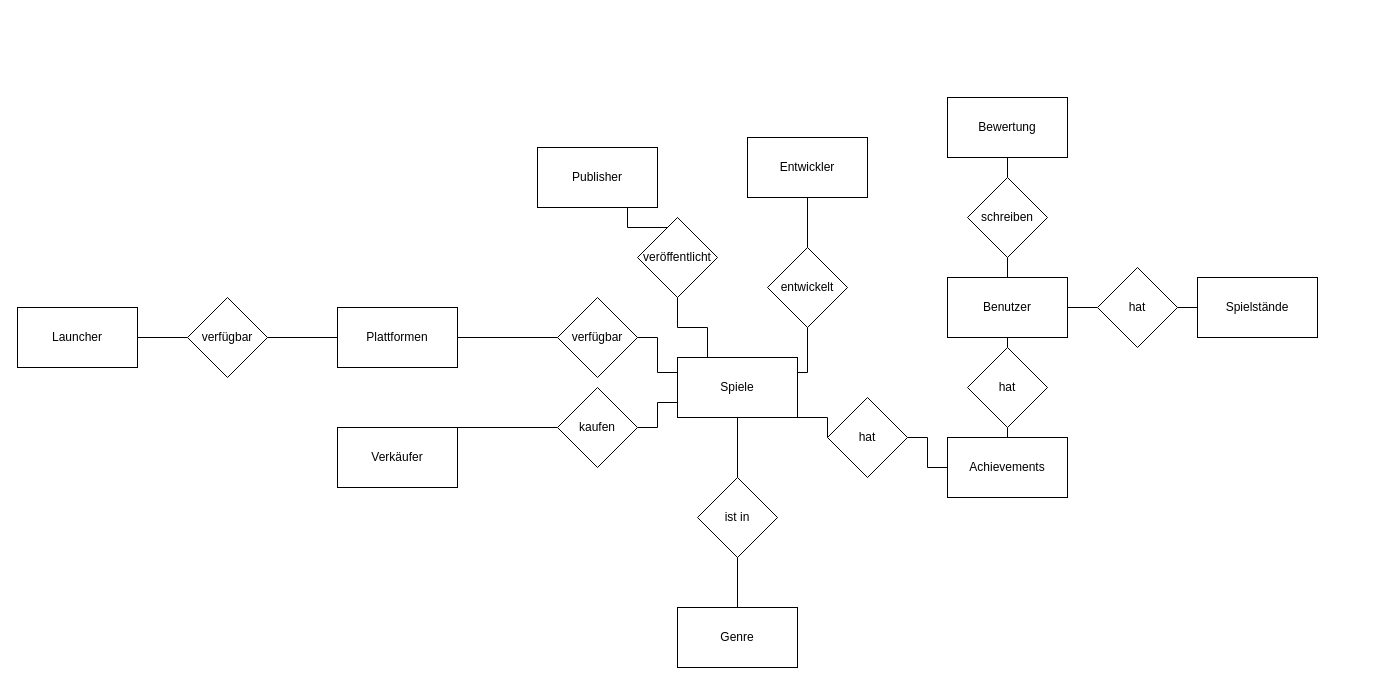
PlegaardAphorus/Videospiele_DBKProjekt keeps this draw.io diagram as ER Modell (Chen).drawio. Above is the earlier version. Source tidied: cells renumbered, new cells numbered last; positions are measured from the earlier drawing's top-left corner, leaving out a move shared by most shapes. Both pictures are drawn from the tidied source at 100%, with x=0, y=0 at pixel (17, 97).
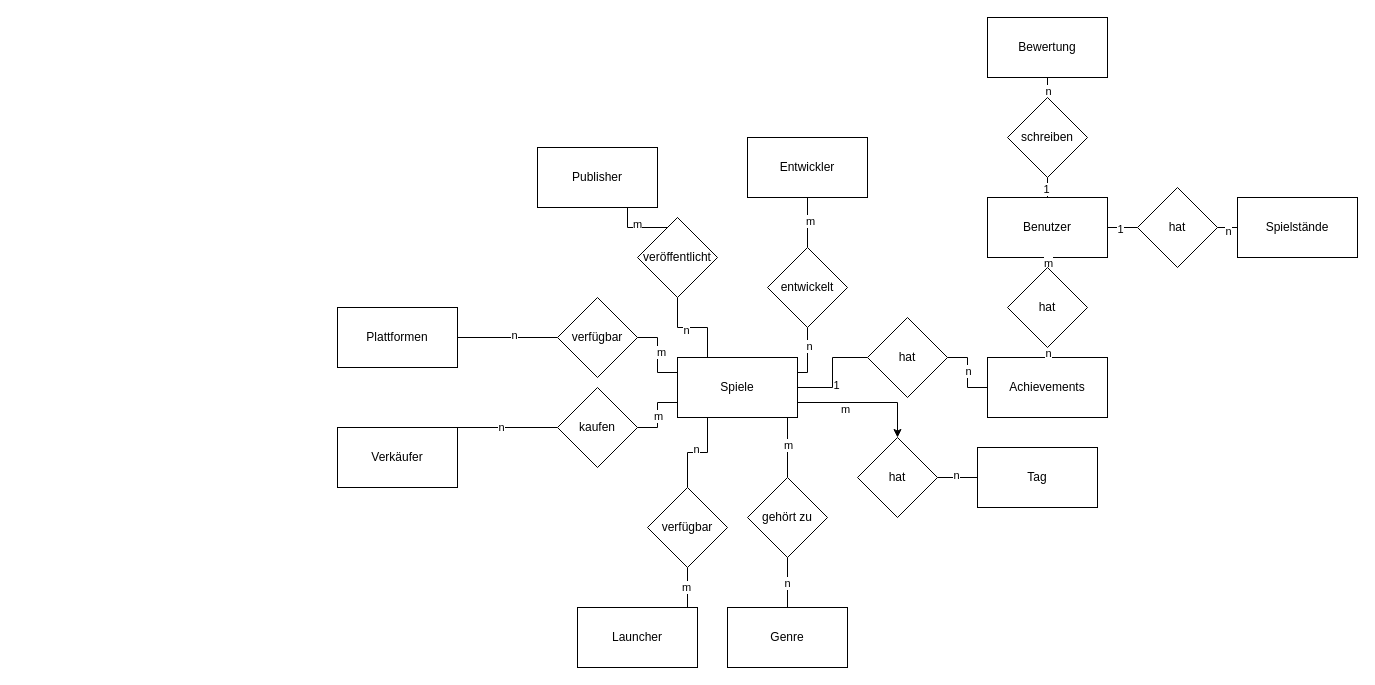
Above is the later version.

Unchanged cells that the change refers to:
```xml
<mxCell id="3" style="edgeStyle=orthogonalEdgeStyle;rounded=0;jettySize=auto;html=1;exitX=1;exitY=0.25;exitDx=0;exitDy=0;entryX=0.5;entryY=1;entryDx=0;entryDy=0;endArrow=none;endFill=0;" parent="1" edge="1" source="4" target="31">
  <mxGeometry relative="1" as="geometry">
    <Array as="points">
      <mxPoint x="790" y="275" />
    </Array>
  </mxGeometry>
</mxCell>
<mxCell id="4" value="&lt;div&gt;Spiele&lt;/div&gt;" style="rounded=0;whiteSpace=wrap;html=1;" parent="1" vertex="1">
  <mxGeometry x="660" y="260" width="120" height="60" as="geometry" />
</mxCell>
<mxCell id="6" value="&lt;div&gt;Plattformen&lt;/div&gt;" style="rounded=0;whiteSpace=wrap;html=1;" parent="1" vertex="1">
  <mxGeometry x="320" y="210" width="120" height="60" as="geometry" />
</mxCell>
<mxCell id="11" style="edgeStyle=orthogonalEdgeStyle;rounded=0;jettySize=auto;html=1;exitX=0.75;exitY=1;exitDx=0;exitDy=0;entryX=0.5;entryY=0;entryDx=0;entryDy=0;endArrow=none;endFill=0;" parent="1" edge="1" source="12" target="33">
  <mxGeometry relative="1" as="geometry" />
</mxCell>
<mxCell id="16" style="edgeStyle=orthogonalEdgeStyle;rounded=0;jettySize=auto;html=1;exitX=1;exitY=0.5;exitDx=0;exitDy=0;entryX=0;entryY=0.5;entryDx=0;entryDy=0;curved=0;endArrow=none;endFill=0;" parent="1" edge="1" source="17" target="13">
  <mxGeometry relative="1" as="geometry" />
</mxCell>
<mxCell id="20" style="edgeStyle=orthogonalEdgeStyle;rounded=0;jettySize=auto;html=1;exitX=0.5;exitY=1;exitDx=0;exitDy=0;entryX=0.5;entryY=0;entryDx=0;entryDy=0;endArrow=none;endFill=0;" parent="1" edge="1" source="19" target="15">
  <mxGeometry relative="1" as="geometry" />
</mxCell>
<mxCell id="21" style="edgeStyle=orthogonalEdgeStyle;rounded=0;jettySize=auto;html=1;exitX=0;exitY=0.5;exitDx=0;exitDy=0;entryX=1;entryY=0;entryDx=0;entryDy=0;endArrow=none;endFill=0;" parent="1" edge="1" source="23" target="14">
  <mxGeometry relative="1" as="geometry">
    <Array as="points">
      <mxPoint x="440" y="330" />
    </Array>
  </mxGeometry>
</mxCell>
<mxCell id="22" style="edgeStyle=orthogonalEdgeStyle;rounded=0;jettySize=auto;html=1;exitX=1;exitY=0.5;exitDx=0;exitDy=0;entryX=0;entryY=0.75;entryDx=0;entryDy=0;endArrow=none;endFill=0;" parent="1" edge="1" source="23" target="4">
  <mxGeometry relative="1" as="geometry">
    <Array as="points">
      <mxPoint x="640" y="330" />
      <mxPoint x="640" y="305" />
    </Array>
  </mxGeometry>
</mxCell>
<mxCell id="24" style="edgeStyle=orthogonalEdgeStyle;rounded=0;jettySize=auto;html=1;exitX=1;exitY=0.5;exitDx=0;exitDy=0;entryX=0;entryY=0.25;entryDx=0;entryDy=0;endArrow=none;endFill=0;" parent="1" edge="1" source="26" target="4">
  <mxGeometry relative="1" as="geometry" />
</mxCell>
<mxCell id="25" style="edgeStyle=orthogonalEdgeStyle;rounded=0;jettySize=auto;html=1;exitX=0;exitY=0.5;exitDx=0;exitDy=0;endArrow=none;endFill=0;" parent="1" edge="1" source="26" target="6">
  <mxGeometry relative="1" as="geometry" />
</mxCell>
<mxCell id="30" style="edgeStyle=orthogonalEdgeStyle;rounded=0;jettySize=auto;html=1;exitX=0.5;exitY=0;exitDx=0;exitDy=0;entryX=0.5;entryY=1;entryDx=0;entryDy=0;endArrow=none;endFill=0;" parent="1" edge="1" source="31" target="5">
  <mxGeometry relative="1" as="geometry" />
</mxCell>
<mxCell id="32" style="edgeStyle=orthogonalEdgeStyle;rounded=0;jettySize=auto;html=1;exitX=0.5;exitY=1;exitDx=0;exitDy=0;entryX=0.25;entryY=0;entryDx=0;entryDy=0;endArrow=none;endFill=0;" parent="1" edge="1" source="33" target="4">
  <mxGeometry relative="1" as="geometry" />
</mxCell>
<mxCell id="34" style="edgeStyle=orthogonalEdgeStyle;rounded=0;jettySize=auto;html=1;exitX=1;exitY=0.5;exitDx=0;exitDy=0;entryX=0;entryY=0.5;entryDx=0;entryDy=0;endArrow=none;endFill=0;" parent="1" edge="1" source="36" target="10">
  <mxGeometry relative="1" as="geometry" />
</mxCell>
<mxCell id="37" style="edgeStyle=orthogonalEdgeStyle;rounded=0;jettySize=auto;html=1;exitX=0.5;exitY=0;exitDx=0;exitDy=0;entryX=0.5;entryY=1;entryDx=0;entryDy=0;endArrow=none;endFill=0;" parent="1" edge="1" source="39" target="8">
  <mxGeometry relative="1" as="geometry" />
</mxCell>
<mxCell id="38" style="edgeStyle=orthogonalEdgeStyle;rounded=0;jettySize=auto;html=1;exitX=0.5;exitY=1;exitDx=0;exitDy=0;entryX=0.5;entryY=0;entryDx=0;entryDy=0;endArrow=none;endFill=0;" parent="1" edge="1" source="39" target="13">
  <mxGeometry relative="1" as="geometry" />
</mxCell>
<mxCell id="40" style="edgeStyle=orthogonalEdgeStyle;rounded=0;jettySize=auto;html=1;exitX=0.5;exitY=0;exitDx=0;exitDy=0;entryX=0.5;entryY=1;entryDx=0;entryDy=0;endArrow=none;endFill=0;" parent="1" edge="1" source="42" target="9">
  <mxGeometry relative="1" as="geometry" />
</mxCell>
<mxCell id="41" style="edgeStyle=orthogonalEdgeStyle;rounded=0;jettySize=auto;html=1;exitX=0.5;exitY=1;exitDx=0;exitDy=0;entryX=0.5;entryY=0;entryDx=0;entryDy=0;endArrow=none;endFill=0;" parent="1" edge="1" source="42" target="8">
  <mxGeometry relative="1" as="geometry" />
</mxCell>
```

Diff of the diagram source:
```diff
@@
     <mxCell id="2" style="edgeStyle=orthogonalEdgeStyle;rounded=0;jettySize=auto;html=1;exitX=1;exitY=1;exitDx=0;exitDy=0;entryX=0;entryY=0.5;entryDx=0;entryDy=0;endArrow=none;endFill=0;" parent="1" edge="1" source="4" target="17">
-      <mxGeometry relative="1" as="geometry" />
+      <mxGeometry relative="1" as="geometry">
+        <Array as="points">
+          <mxPoint x="780" y="290" />
+          <mxPoint x="815" y="290" />
+          <mxPoint x="815" y="260" />
+        </Array>
+      </mxGeometry>
     </mxCell>
+    <mxCell id="43" value="1" style="edgeLabel;html=1;align=center;verticalAlign=middle;" parent="2" vertex="1">
+      <mxGeometry x="0.04" y="-3" relative="1" as="geometry" />
+    </mxCell>
@@
+    <mxCell id="44" value="n" style="edgeLabel;html=1;align=center;verticalAlign=middle;" parent="3" vertex="1">
+      <mxGeometry x="0.35" y="-1" relative="1" as="geometry" />
+    </mxCell>
+    <mxCell id="45" style="edgeStyle=orthogonalEdgeStyle;rounded=0;jettySize=auto;html=1;exitX=1;exitY=0.75;exitDx=0;exitDy=0;" parent="1" edge="1" source="4" target="70">
+      <mxGeometry relative="1" as="geometry" />
+    </mxCell>
+    <mxCell id="46" value="m" style="edgeLabel;html=1;align=center;verticalAlign=middle;" parent="45" vertex="1">
+      <mxGeometry x="-0.31" y="-6" relative="1" as="geometry" />
+    </mxCell>
@@
+    <mxCell id="47" style="edgeStyle=orthogonalEdgeStyle;rounded=0;jettySize=auto;html=1;exitX=0.75;exitY=0;exitDx=0;exitDy=0;entryX=0.5;entryY=1;entryDx=0;entryDy=0;endArrow=none;endFill=0;" parent="1" edge="1" source="7" target="29">
+      <mxGeometry relative="1" as="geometry">
+        <Array as="points">
+          <mxPoint x="670" y="510" />
+        </Array>
+      </mxGeometry>
+    </mxCell>
+    <mxCell id="48" value="m" style="edgeLabel;html=1;align=center;verticalAlign=middle;" parent="47" vertex="1">
+      <mxGeometry x="0.37" y="2" relative="1" as="geometry" />
+    </mxCell>
     <mxCell id="7" value="&lt;div&gt;Launcher&lt;/div&gt;" style="rounded=0;whiteSpace=wrap;html=1;" parent="1" vertex="1">
-      <mxGeometry y="210" width="120" height="60" as="geometry" />
+      <mxGeometry x="560" y="510" width="120" height="60" as="geometry" />
     </mxCell>
+    <mxCell id="49" style="edgeStyle=orthogonalEdgeStyle;rounded=0;jettySize=auto;html=1;exitX=1;exitY=0.5;exitDx=0;exitDy=0;entryX=0;entryY=0.5;entryDx=0;entryDy=0;endArrow=none;endFill=0;" parent="1" edge="1" source="8" target="36">
+      <mxGeometry relative="1" as="geometry" />
+    </mxCell>
+    <mxCell id="50" value="1" style="edgeLabel;html=1;align=center;verticalAlign=middle;" parent="49" vertex="1">
+      <mxGeometry x="-0.21" y="-1" relative="1" as="geometry" />
+    </mxCell>
     <mxCell id="8" value="Benutzer" style="rounded=0;whiteSpace=wrap;html=1;" parent="1" vertex="1">
-      <mxGeometry x="930" y="180" width="120" height="60" as="geometry" />
+      <mxGeometry x="970" y="100" width="120" height="60" as="geometry" />
     </mxCell>
     <mxCell id="9" value="Bewertung" style="rounded=0;whiteSpace=wrap;html=1;" parent="1" vertex="1">
-      <mxGeometry x="930" width="120" height="60" as="geometry" />
+      <mxGeometry x="970" y="-80" width="120" height="60" as="geometry" />
     </mxCell>
     <mxCell id="10" value="Spielstände" style="rounded=0;whiteSpace=wrap;html=1;" parent="1" vertex="1">
-      <mxGeometry x="1180" y="180" width="120" height="60" as="geometry" />
+      <mxGeometry x="1220" y="100" width="120" height="60" as="geometry" />
     </mxCell>
@@
+    <mxCell id="51" value="m" style="edgeLabel;html=1;align=center;verticalAlign=middle;" parent="11" vertex="1">
+      <mxGeometry x="-0.27" y="4" relative="1" as="geometry" />
+    </mxCell>
@@
     <mxCell id="13" value="Achievements" style="rounded=0;whiteSpace=wrap;html=1;" parent="1" vertex="1">
-      <mxGeometry x="930" y="340" width="120" height="60" as="geometry" />
+      <mxGeometry x="970" y="260" width="120" height="60" as="geometry" />
     </mxCell>
@@
     <mxCell id="15" value="Genre" style="rounded=0;whiteSpace=wrap;html=1;" parent="1" vertex="1">
-      <mxGeometry x="660" y="510" width="120" height="60" as="geometry" />
+      <mxGeometry x="710" y="510" width="120" height="60" as="geometry" />
     </mxCell>
@@
+    <mxCell id="52" value="n" style="edgeLabel;html=1;align=center;verticalAlign=middle;" parent="16" vertex="1">
+      <mxGeometry x="-0.06" relative="1" as="geometry" />
+    </mxCell>
     <mxCell id="17" value="hat" style="rhombus;whiteSpace=wrap;html=1;" parent="1" vertex="1">
-      <mxGeometry x="810" y="300" width="80" height="80" as="geometry" />
+      <mxGeometry x="850" y="220" width="80" height="80" as="geometry" />
     </mxCell>
     <mxCell id="18" style="edgeStyle=orthogonalEdgeStyle;rounded=0;jettySize=auto;html=1;exitX=0.5;exitY=0;exitDx=0;exitDy=0;entryX=0.5;entryY=1;entryDx=0;entryDy=0;endArrow=none;endFill=0;" parent="1" edge="1" source="19" target="4">
-      <mxGeometry relative="1" as="geometry" />
+      <mxGeometry relative="1" as="geometry">
+        <Array as="points">
+          <mxPoint x="770" y="320" />
+        </Array>
+      </mxGeometry>
     </mxCell>
+    <mxCell id="53" value="m" style="edgeLabel;html=1;align=center;verticalAlign=middle;" parent="18" vertex="1">
+      <mxGeometry x="-0.4" relative="1" as="geometry" />
+    </mxCell>
-    <mxCell id="19" value="ist in" style="rhombus;whiteSpace=wrap;html=1;" parent="1" vertex="1">
-      <mxGeometry x="680" y="380" width="80" height="80" as="geometry" />
+    <mxCell id="19" value="&lt;div&gt;gehört zu&lt;/div&gt;" style="rhombus;whiteSpace=wrap;html=1;" parent="1" vertex="1">
+      <mxGeometry x="730" y="380" width="80" height="80" as="geometry" />
     </mxCell>
@@
+    <mxCell id="54" value="n" style="edgeLabel;html=1;align=center;verticalAlign=middle;" parent="20" vertex="1">
+      <mxGeometry y="-1" relative="1" as="geometry" />
+    </mxCell>
@@
+    <mxCell id="55" value="n" style="edgeLabel;html=1;align=center;verticalAlign=middle;" parent="21" vertex="1">
+      <mxGeometry x="0.14" y="-1" relative="1" as="geometry" />
+    </mxCell>
@@
+    <mxCell id="56" value="m" style="edgeLabel;html=1;align=center;verticalAlign=middle;" parent="22" vertex="1">
+      <mxGeometry x="-0.02" relative="1" as="geometry" />
+    </mxCell>
@@
+    <mxCell id="57" value="m" style="edgeLabel;html=1;align=center;verticalAlign=middle;" parent="24" vertex="1">
+      <mxGeometry x="-0.1" y="3" relative="1" as="geometry" />
+    </mxCell>
@@
+    <mxCell id="58" value="n" style="edgeLabel;html=1;align=center;verticalAlign=middle;" parent="25" vertex="1">
+      <mxGeometry x="-0.12" y="-3" relative="1" as="geometry" />
+    </mxCell>
@@
-    <mxCell id="27" style="edgeStyle=orthogonalEdgeStyle;rounded=0;jettySize=auto;html=1;exitX=1;exitY=0.5;exitDx=0;exitDy=0;endArrow=none;endFill=0;" parent="1" edge="1" source="29" target="6">
-      <mxGeometry relative="1" as="geometry" />
-    </mxCell>
-    <mxCell id="28" style="edgeStyle=orthogonalEdgeStyle;rounded=0;jettySize=auto;html=1;exitX=0;exitY=0.5;exitDx=0;exitDy=0;entryX=1;entryY=0.5;entryDx=0;entryDy=0;endArrow=none;endFill=0;startArrow=none;startFill=0;" parent="1" edge="1" source="29" target="7">
-      <mxGeometry relative="1" as="geometry" />
-    </mxCell>
+    <mxCell id="59" style="edgeStyle=orthogonalEdgeStyle;rounded=0;jettySize=auto;html=1;exitX=0.5;exitY=0;exitDx=0;exitDy=0;entryX=0.25;entryY=1;entryDx=0;entryDy=0;endArrow=none;endFill=0;" parent="1" edge="1" source="29" target="4">
+      <mxGeometry relative="1" as="geometry" />
+    </mxCell>
+    <mxCell id="60" value="n" style="edgeLabel;html=1;align=center;verticalAlign=middle;" parent="59" vertex="1">
+      <mxGeometry x="-0.04" y="4" relative="1" as="geometry" />
+    </mxCell>
     <mxCell id="29" value="&lt;div&gt;verfügbar&lt;/div&gt;" style="rhombus;whiteSpace=wrap;html=1;" parent="1" vertex="1">
-      <mxGeometry x="170" y="200" width="80" height="80" as="geometry" />
+      <mxGeometry x="630" y="390" width="80" height="80" as="geometry" />
     </mxCell>
@@
+    <mxCell id="61" value="m" style="edgeLabel;html=1;align=center;verticalAlign=middle;" parent="30" vertex="1">
+      <mxGeometry x="0.06" y="-2" relative="1" as="geometry" />
+    </mxCell>
@@
+    <mxCell id="62" value="n" style="edgeLabel;html=1;align=center;verticalAlign=middle;" parent="32" vertex="1">
+      <mxGeometry x="-0.15" y="-2" relative="1" as="geometry" />
+    </mxCell>
@@
-    <mxCell id="35" style="edgeStyle=orthogonalEdgeStyle;rounded=0;jettySize=auto;html=1;exitX=0;exitY=0.5;exitDx=0;exitDy=0;entryX=1;entryY=0.5;entryDx=0;entryDy=0;endArrow=none;endFill=0;" parent="1" edge="1" source="36" target="8">
-      <mxGeometry relative="1" as="geometry" />
-    </mxCell>
+    <mxCell id="63" value="n" style="edgeLabel;html=1;align=center;verticalAlign=middle;" parent="34" vertex="1">
+      <mxGeometry x="-0.04" y="-3" relative="1" as="geometry" />
+    </mxCell>
     <mxCell id="36" value="hat" style="rhombus;whiteSpace=wrap;html=1;" parent="1" vertex="1">
-      <mxGeometry x="1080" y="170" width="80" height="80" as="geometry" />
+      <mxGeometry x="1120" y="90" width="80" height="80" as="geometry" />
     </mxCell>
@@
+    <mxCell id="64" value="m" style="edgeLabel;html=1;align=center;verticalAlign=middle;" parent="37" vertex="1">
+      <mxGeometry x="0.07" relative="1" as="geometry" />
+    </mxCell>
@@
+    <mxCell id="65" value="n" style="edgeLabel;html=1;align=center;verticalAlign=middle;" parent="38" vertex="1">
+      <mxGeometry x="0.04" relative="1" as="geometry" />
+    </mxCell>
     <mxCell id="39" value="hat" style="rhombus;whiteSpace=wrap;html=1;" parent="1" vertex="1">
-      <mxGeometry x="950" y="250" width="80" height="80" as="geometry" />
+      <mxGeometry x="990" y="170" width="80" height="80" as="geometry" />
     </mxCell>
@@
+    <mxCell id="66" value="n" style="edgeLabel;html=1;align=center;verticalAlign=middle;" parent="40" vertex="1">
+      <mxGeometry x="-0.34" relative="1" as="geometry" />
+    </mxCell>
@@
+    <mxCell id="67" value="1" style="edgeLabel;html=1;align=center;verticalAlign=middle;" parent="41" vertex="1">
+      <mxGeometry x="0.1" y="-2" relative="1" as="geometry" />
+    </mxCell>
     <mxCell id="42" value="schreiben" style="rhombus;whiteSpace=wrap;html=1;" parent="1" vertex="1">
-      <mxGeometry x="950" y="80" width="80" height="80" as="geometry" />
+      <mxGeometry x="990" width="80" height="80" as="geometry" />
     </mxCell>
+    <mxCell id="68" style="edgeStyle=orthogonalEdgeStyle;rounded=0;jettySize=auto;html=1;exitX=1;exitY=0.5;exitDx=0;exitDy=0;entryX=0;entryY=0.5;entryDx=0;entryDy=0;endArrow=none;endFill=0;" parent="1" edge="1" source="70" target="71">
+      <mxGeometry relative="1" as="geometry" />
+    </mxCell>
+    <mxCell id="69" value="n" style="edgeLabel;html=1;align=center;verticalAlign=middle;" parent="68" vertex="1">
+      <mxGeometry x="-0.08" y="3" relative="1" as="geometry" />
+    </mxCell>
+    <mxCell id="70" value="hat" style="rhombus;whiteSpace=wrap;html=1;" parent="1" vertex="1">
+      <mxGeometry x="840" y="340" width="80" height="80" as="geometry" />
+    </mxCell>
+    <mxCell id="71" value="Tag" style="rounded=0;whiteSpace=wrap;html=1;" parent="1" vertex="1">
+      <mxGeometry x="960" y="350" width="120" height="60" as="geometry" />
+    </mxCell>
```
